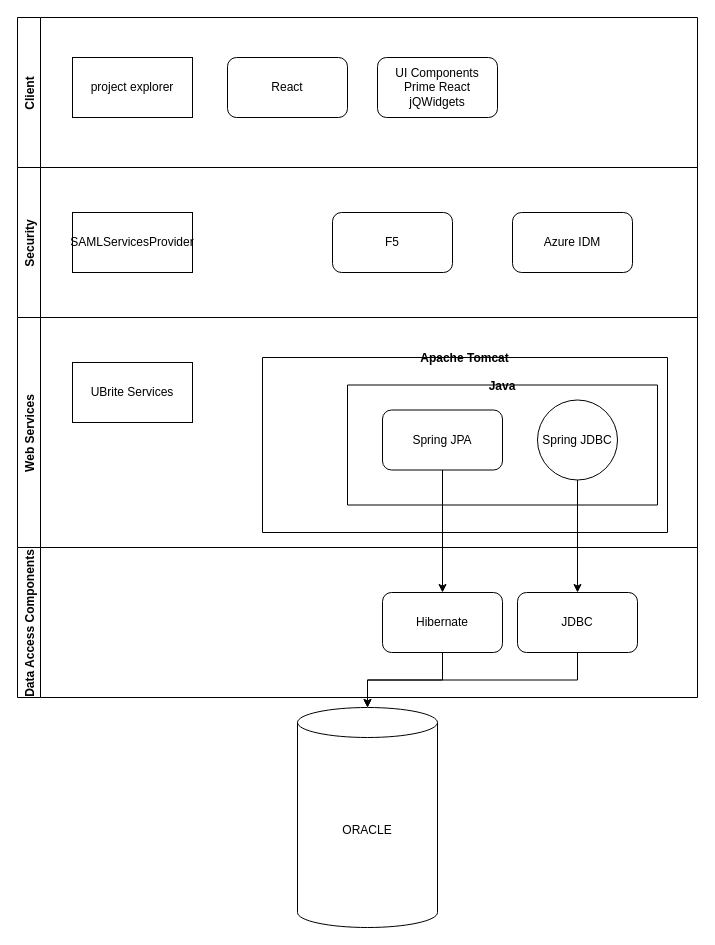
The draw.io diagram page "Current" (1 of 4) of Tech Stack Options.drawio in ntimkovich/UAB-II-Diagrams, before the edit. Source tidied: cells renumbered, new cells numbered last; positions are measured from the earlier drawing's top-left corner, leaving out a move shared by most shapes. Both pictures are drawn from the tidied source at 100%, with x=0, y=0 at pixel (17, 17).
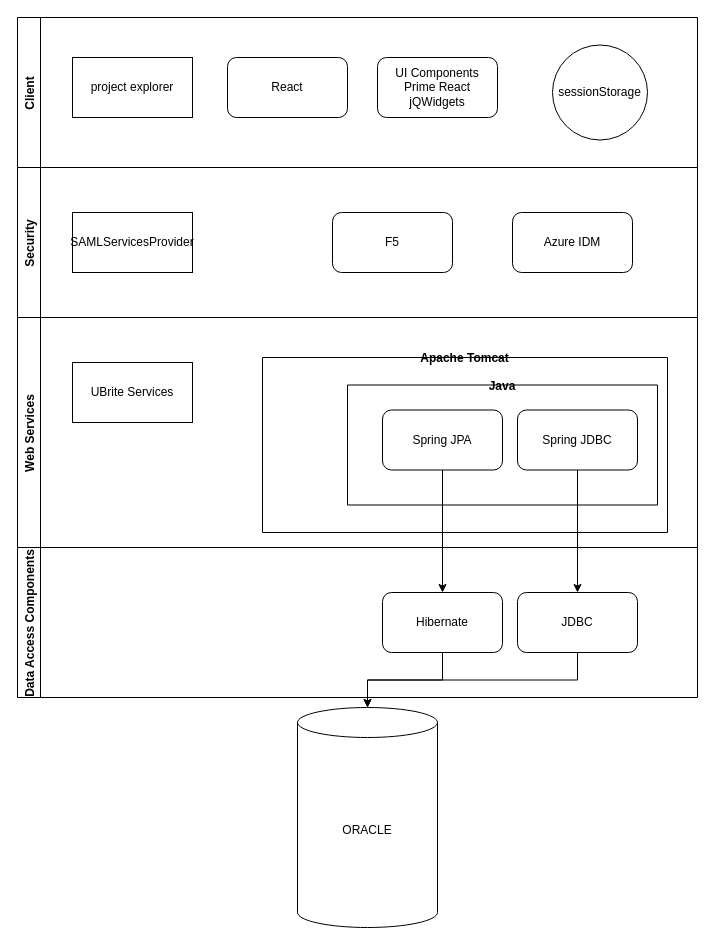
After the change.

The change refers to these unchanged cells:
```xml
<mxCell id="5" value="JDBC" style="rounded=1;whiteSpace=wrap;html=1;" parent="3" vertex="1">
  <mxGeometry x="500" y="45" width="120" height="60" as="geometry" />
</mxCell>
<mxCell id="6" value="Client" style="swimlane;horizontal=0;startSize=23;" parent="1" vertex="1">
  <mxGeometry width="680" height="150" as="geometry" />
</mxCell>
<mxCell id="17" value="Java" style="swimlane;startSize=0;" parent="16" vertex="1">
  <mxGeometry x="85" y="27.5" width="310" height="120" as="geometry" />
</mxCell>
```

Diff of the diagram source:
```diff
@@
+    <mxCell id="24" value="sessionStorage" style="ellipse;whiteSpace=wrap;html=1;" parent="6" vertex="1">
+      <mxGeometry x="535" y="27.5" width="95" height="95" as="geometry" />
+    </mxCell>
@@
-    <mxCell id="19" value="Spring JDBC" style="ellipse;whiteSpace=wrap;html=1;" parent="17" vertex="1">
-      <mxGeometry x="190" y="15" width="80" height="80" as="geometry" />
+    <mxCell id="19" value="Spring JDBC" style="rounded=1;whiteSpace=wrap;html=1;" parent="17" vertex="1">
+      <mxGeometry x="170" y="25" width="120" height="60" as="geometry" />
     </mxCell>
@@
-    <mxCell id="21" style="edgeStyle=orthogonalEdgeStyle;rounded=0;jettySize=auto;html=1;" parent="1" edge="1" source="19" target="5">
+    <mxCell id="21" style="edgeStyle=orthogonalEdgeStyle;rounded=0;jettySize=auto;html=1;exitX=0.5;exitY=1;exitDx=0;exitDy=0;" parent="1" edge="1" source="19" target="5">
       <mxGeometry relative="1" as="geometry" />
     </mxCell>
```
